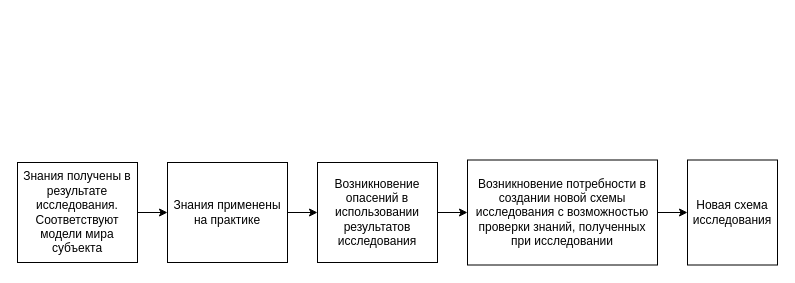
Above: page "опасений" (5 of 8) of Основы системного анализа/lab1/Диаграммы.drawio in kuskas112/Labs (draw.io), before the change. Source tidied: cells renumbered, new cells numbered last; positions are measured from the earlier drawing's top-left corner, leaving out a move shared by most shapes. Both pictures are drawn from the tidied source at 100%, with x=0, y=0 at pixel (17, 160).
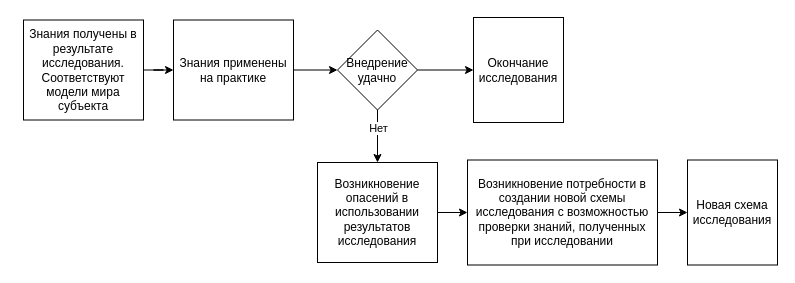
Above is the later version.

Diff of the diagram source:
```diff
@@
 <mxGraphModel>
   <root>
     <mxCell id="0" />
     <mxCell id="1" parent="0" />
     <mxCell id="2" style="edgeStyle=orthogonalEdgeStyle;rounded=0;jettySize=auto;html=1;" parent="1" edge="1" source="3" target="5">
       <mxGeometry relative="1" as="geometry" />
     </mxCell>
     <mxCell id="3" value="Знания получены в результате исследования. Соответствуют модели мира субъекта" style="rounded=0;whiteSpace=wrap;html=1;" parent="1" vertex="1">
-      <mxGeometry y="2" width="120" height="100" as="geometry" />
+      <mxGeometry x="6" y="-140.5" width="120" height="100" as="geometry" />
     </mxCell>
-    <mxCell id="4" style="edgeStyle=orthogonalEdgeStyle;rounded=0;jettySize=auto;html=1;" parent="1" edge="1" source="5" target="7">
-      <mxGeometry relative="1" as="geometry" />
-    </mxCell>
+    <mxCell id="11" style="edgeStyle=orthogonalEdgeStyle;rounded=0;jettySize=auto;html=1;" parent="1" edge="1" source="5" target="15">
+      <mxGeometry relative="1" as="geometry" />
+    </mxCell>
     <mxCell id="5" value="Знания применены на практике" style="rounded=0;whiteSpace=wrap;html=1;" parent="1" vertex="1">
-      <mxGeometry x="150" y="2" width="120" height="100" as="geometry" />
+      <mxGeometry x="156" y="-140.5" width="120" height="100" as="geometry" />
     </mxCell>
     <mxCell id="6" style="edgeStyle=orthogonalEdgeStyle;rounded=0;jettySize=auto;html=1;" parent="1" edge="1" source="7" target="9">
       <mxGeometry relative="1" as="geometry" />
     </mxCell>
     <mxCell id="7" value="Возникновение опасений в использовании результатов исследования" style="rounded=0;whiteSpace=wrap;html=1;" parent="1" vertex="1">
       <mxGeometry x="300" y="2" width="120" height="100" as="geometry" />
     </mxCell>
     <mxCell id="8" style="edgeStyle=orthogonalEdgeStyle;rounded=0;jettySize=auto;html=1;" parent="1" edge="1" source="9" target="10">
       <mxGeometry relative="1" as="geometry" />
     </mxCell>
     <mxCell id="9" value="Возникновение потребности в создании новой схемы исследования с возможностью проверки знаний, полученных при исследовании" style="rounded=0;whiteSpace=wrap;html=1;" parent="1" vertex="1">
       <mxGeometry x="450" y="-0.5" width="190" height="105" as="geometry" />
     </mxCell>
     <mxCell id="10" value="Новая схема исследования" style="rounded=0;whiteSpace=wrap;html=1;" parent="1" vertex="1">
       <mxGeometry x="670" y="-0.5" width="90" height="105" as="geometry" />
     </mxCell>
+    <mxCell id="12" style="edgeStyle=orthogonalEdgeStyle;rounded=0;jettySize=auto;html=1;" parent="1" edge="1" source="15" target="7">
+      <mxGeometry relative="1" as="geometry" />
+    </mxCell>
+    <mxCell id="13" value="Нет" style="edgeLabel;html=1;align=center;verticalAlign=middle;" parent="12" vertex="1">
+      <mxGeometry x="-0.31" relative="1" as="geometry" />
+    </mxCell>
+    <mxCell id="14" style="edgeStyle=orthogonalEdgeStyle;rounded=0;jettySize=auto;html=1;" parent="1" edge="1" source="15" target="16">
+      <mxGeometry relative="1" as="geometry" />
+    </mxCell>
+    <mxCell id="15" value="Внедрение удачно" style="rhombus;whiteSpace=wrap;html=1;" parent="1" vertex="1">
+      <mxGeometry x="320" y="-130.5" width="80" height="80" as="geometry" />
+    </mxCell>
+    <mxCell id="16" value="Окончание исследования" style="rounded=0;whiteSpace=wrap;html=1;" parent="1" vertex="1">
+      <mxGeometry x="456" y="-143" width="90" height="105" as="geometry" />
+    </mxCell>
   </root>
 </mxGraphModel>
```
